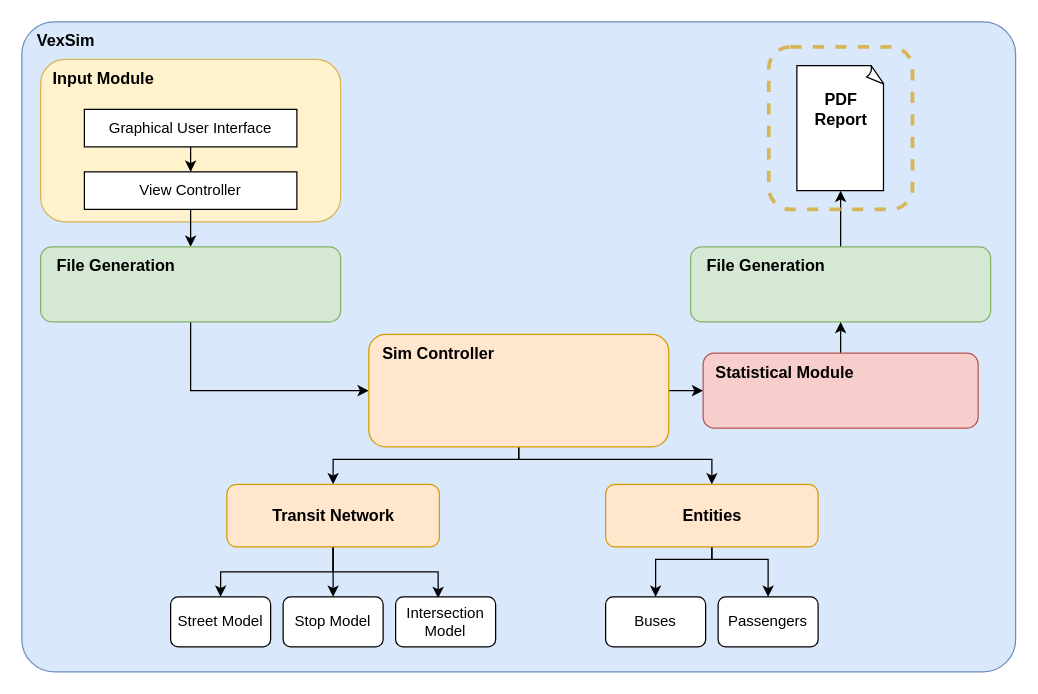
This is page "Architecture" (1 of 7) of Documentation/Diagrams.drawio from SebastianGonzalezRP/SimVex, a draw.io file, before an edit. Source tidied: cells renumbered, new cells numbered last; positions are measured from the earlier drawing's top-left corner, leaving out a move shared by most shapes. Both pictures are drawn from the tidied source at 125%, with x=0, y=0 at pixel (21, 21).
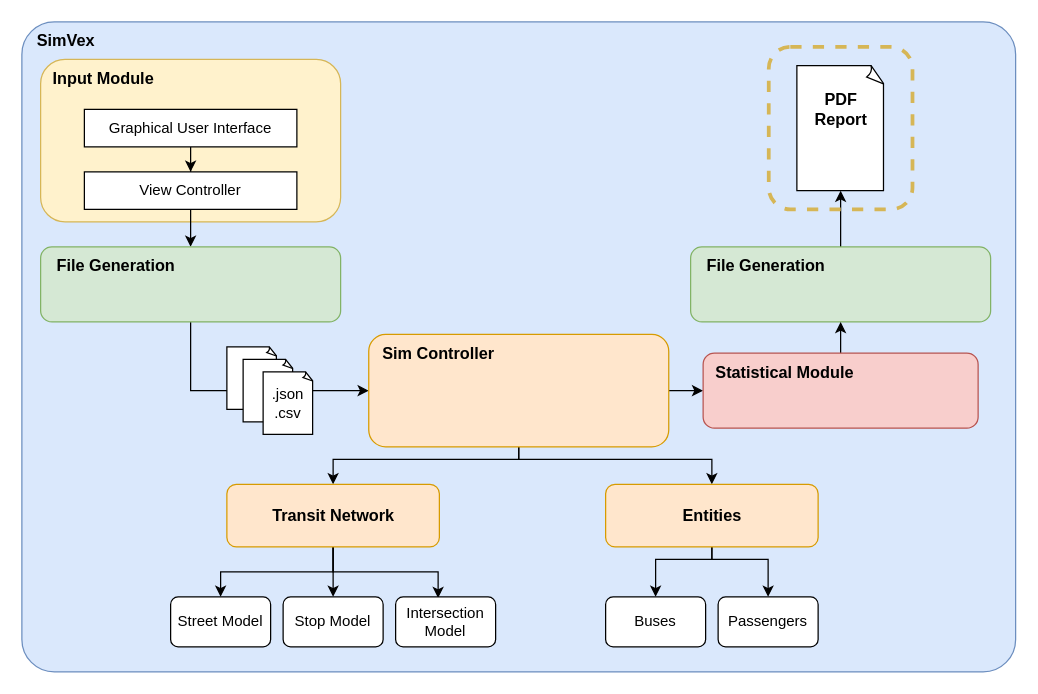
After the change.

What changed in the source:
```diff
@@
-    <mxCell id="4" value="&lt;div style=&quot;text-align: justify;&quot;&gt;&lt;span style=&quot;background-color: initial;&quot;&gt;&lt;font style=&quot;font-size: 13px;&quot;&gt;&lt;b&gt;VexSim&lt;/b&gt;&lt;/font&gt;&lt;/span&gt;&lt;/div&gt;" style="text;html=1;align=center;verticalAlign=middle;strokeColor=none;fillColor=none;" parent="1" vertex="1">
+    <mxCell id="4" value="&lt;div style=&quot;text-align: justify;&quot;&gt;&lt;span style=&quot;background-color: initial;&quot;&gt;&lt;font style=&quot;font-size: 13px;&quot;&gt;&lt;b&gt;SimVex&lt;/b&gt;&lt;/font&gt;&lt;/span&gt;&lt;/div&gt;" style="text;html=1;align=center;verticalAlign=middle;strokeColor=none;fillColor=none;" parent="1" vertex="1">
       <mxGeometry width="70" height="30" as="geometry" />
     </mxCell>
@@
+    <mxCell id="41" style="whiteSpace=wrap;html=1;shape=mxgraph.basic.document;" parent="1" vertex="1">
+      <mxGeometry x="164" y="260" width="40" height="50" as="geometry" />
+    </mxCell>
+    <mxCell id="42" style="whiteSpace=wrap;html=1;shape=mxgraph.basic.document;" parent="1" vertex="1">
+      <mxGeometry x="177" y="270" width="40" height="50" as="geometry" />
+    </mxCell>
+    <mxCell id="43" value=".json&lt;br&gt;.csv" style="whiteSpace=wrap;html=1;shape=mxgraph.basic.document;" parent="1" vertex="1">
+      <mxGeometry x="193" y="280" width="40" height="50" as="geometry" />
+    </mxCell>
```
